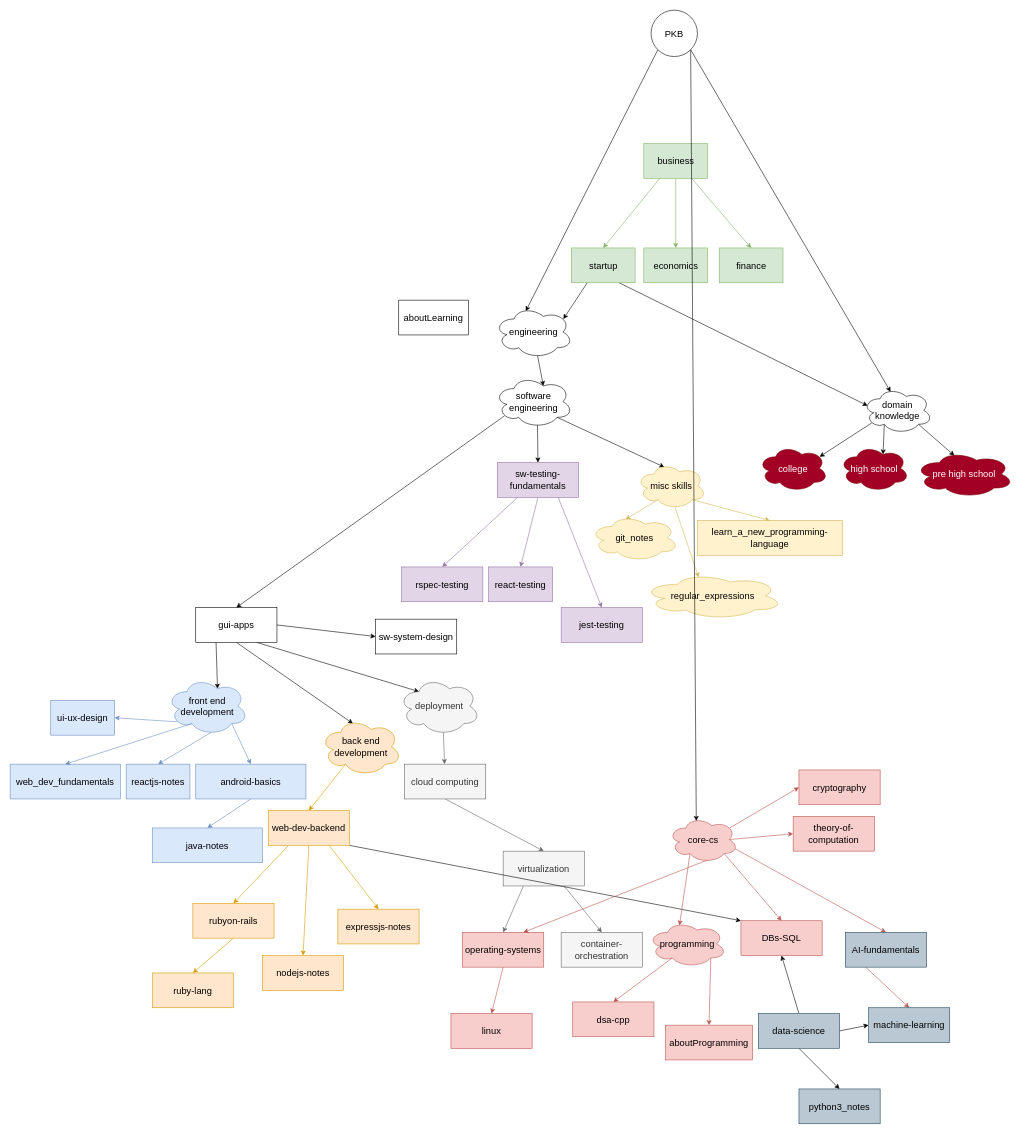
This is page "college-now" (1 of 4) of assets/personal_knowledge_base.drawio from sanjar-notes/.github, a draw.io file, before an edit. Source tidied: cells renumbered, new cells numbered last; positions are measured from the earlier drawing's top-left corner, leaving out a move shared by most shapes. Both pictures are drawn from the tidied source at 58%, with x=0, y=0 at pixel (10, 10).
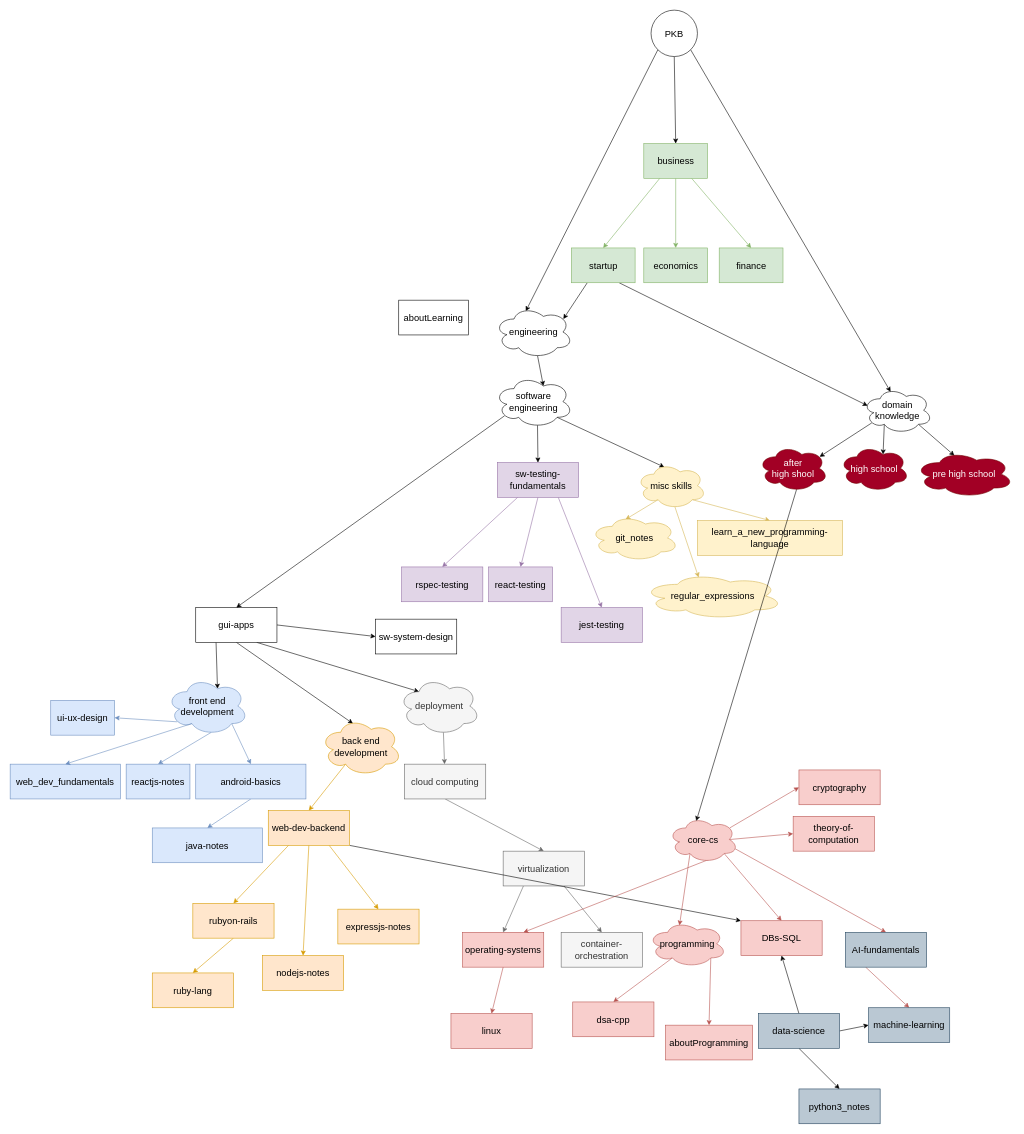
The same diagram, later.

Commit message:
PKB = engineering + business + domain_knowledge

The change refers to these unchanged cells:
```xml
<mxCell id="49" value="core-cs" style="ellipse;shape=cloud;whiteSpace=wrap;html=1;fontSize=16;fillColor=#f8cecc;strokeColor=#b85450;fontColor=#000000;" parent="1" vertex="1">
  <mxGeometry x="1135" y="1390" width="120" height="80" as="geometry" />
</mxCell>
<mxCell id="79" value="business" style="rounded=0;whiteSpace=wrap;html=1;fontSize=16;fillColor=#d5e8d4;strokeColor=#82b366;fontColor=#000000;" parent="1" vertex="1">
  <mxGeometry x="1092.5" y="230" width="110" height="60" as="geometry" />
</mxCell>
<mxCell id="100" value="PKB" style="ellipse;whiteSpace=wrap;html=1;fontSize=16;" parent="1" vertex="1">
  <mxGeometry x="1105" width="80" height="80" as="geometry" />
</mxCell>
```

Diff of the diagram source:
```diff
@@
-    <mxCell id="99" style="edgeStyle=none;html=1;exitX=1;exitY=1;exitDx=0;exitDy=0;entryX=0.4;entryY=0.1;entryDx=0;entryDy=0;entryPerimeter=0;fontSize=16;" parent="1" edge="1" source="100" target="49">
+    <mxCell id="99" style="edgeStyle=none;html=1;exitX=0.55;exitY=0.95;exitDx=0;exitDy=0;entryX=0.4;entryY=0.1;entryDx=0;entryDy=0;entryPerimeter=0;fontSize=16;exitPerimeter=0;" parent="1" edge="1" source="105" target="49">
       <mxGeometry relative="1" as="geometry" />
     </mxCell>
+    <mxCell id="106" style="edgeStyle=none;rounded=0;jettySize=auto;html=1;exitX=0.5;exitY=1;exitDx=0;exitDy=0;entryX=0.5;entryY=0;entryDx=0;entryDy=0;fontColor=none;" parent="1" edge="1" source="100" target="79">
+      <mxGeometry relative="1" as="geometry" />
+    </mxCell>
@@
-    <mxCell id="105" value="college" style="ellipse;shape=cloud;whiteSpace=wrap;html=1;fontSize=16;fillColor=#a20025;fontColor=#ffffff;strokeColor=#6F0000;" parent="1" vertex="1">
+    <mxCell id="105" value="after &lt;br&gt;high shool" style="ellipse;shape=cloud;whiteSpace=wrap;html=1;fontSize=16;fillColor=#a20025;fontColor=#ffffff;strokeColor=#6F0000;" parent="1" vertex="1">
       <mxGeometry x="1290" y="750" width="120" height="80" as="geometry" />
     </mxCell>
```
